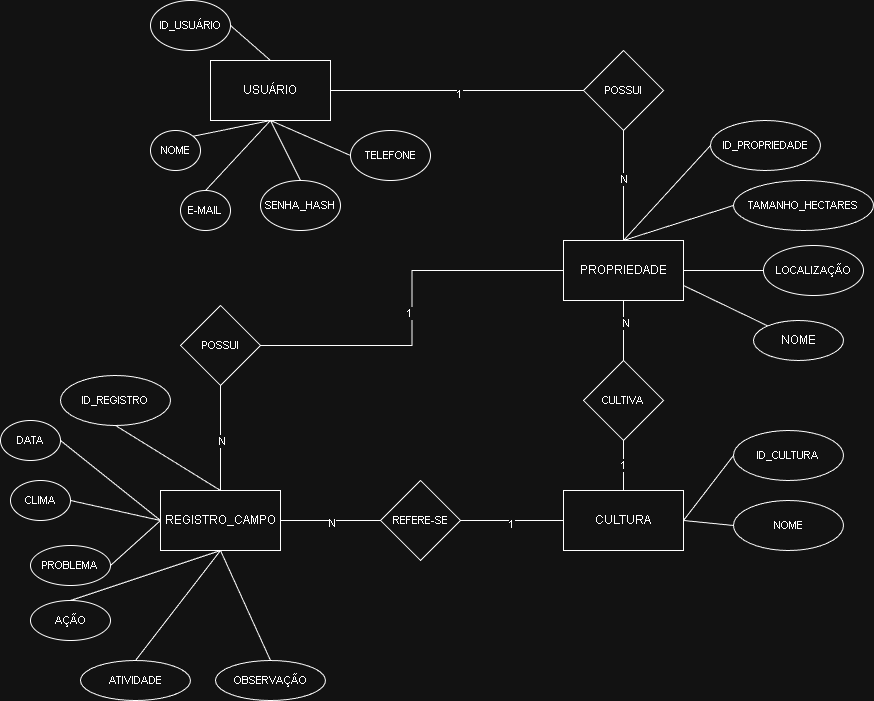
Before: MODELO CONCEITUAL AGROLOG.drawio.png, a diagram exported from draw.io (caioalmeida99/Projeto---AgroLog). Source tidied: cells renumbered, new cells last; positions are measured from the earlier drawing's top-left corner, leaving out a move shared by most shapes.
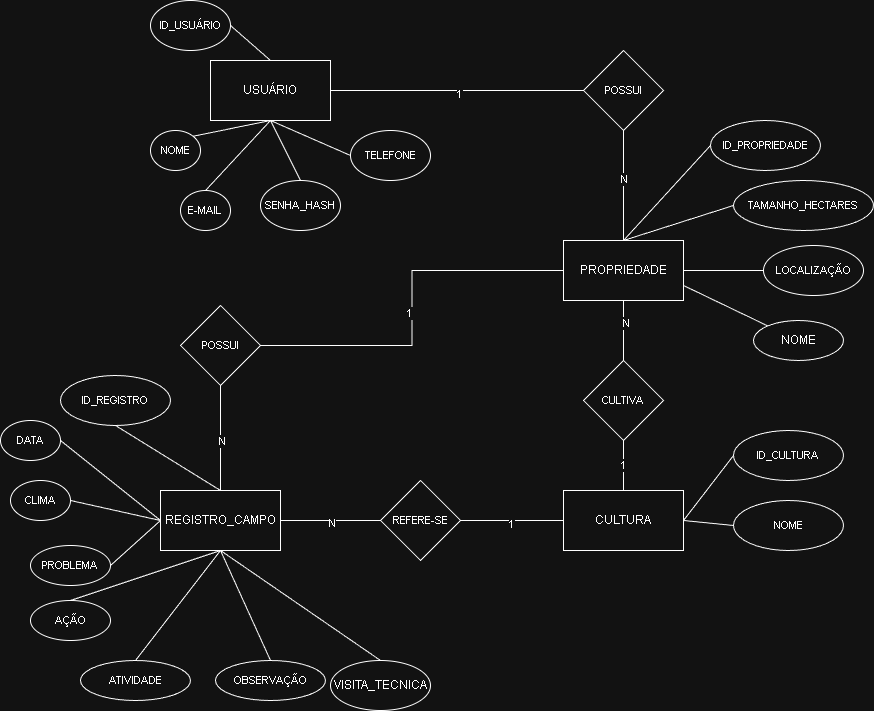
Above is the later version.

Commit message:
atualização do modelo logico, feito alguns Inserts e Join no banco de dados

Diff of the diagram source:
```diff
@@ -188,5 +188,11 @@
     <mxCell id="61" value="NOME" style="ellipse;whiteSpace=wrap;html=1;" parent="1" vertex="1">
       <mxGeometry x="753" y="320" width="90" height="40" as="geometry" />
     </mxCell>
+    <mxCell id="62" style="edgeStyle=none;rounded=0;jettySize=auto;html=1;exitX=0.5;exitY=0;exitDx=0;exitDy=0;entryX=0.5;entryY=1;entryDx=0;entryDy=0;endArrow=none;endFill=0;" parent="1" edge="1" source="63" target="11">
+      <mxGeometry relative="1" as="geometry" />
+    </mxCell>
+    <mxCell id="63" value="VISITA_TECNICA" style="ellipse;whiteSpace=wrap;html=1;" parent="1" vertex="1">
+      <mxGeometry x="330" y="660" width="100" height="50" as="geometry" />
+    </mxCell>
   </root>
 </mxGraphModel>
```
